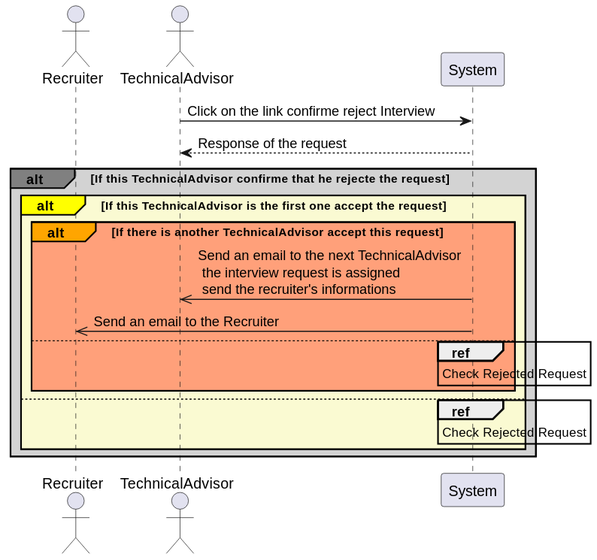
The PlantUML diagram documents/out/3-sequance/6-sequance_diagram_confirme_reject_interview_after_accept/6-sequance_diagram_confirme_reject_interview_after_accept.svg in iBoukhenna/interview-managment-system, before a commit. Source of this version:
```plantuml
@startuml
actor Recruiter
actor TechnicalAdvisor
participant System

TechnicalAdvisor -> System: Click on the link confirme reject Interview
System --> TechnicalAdvisor: Response of the request
alt#Grey #LightGray If this TechnicalAdvisor confirme that he rejecte the request
    alt#Yellow #LightGoldenRodYellow If this TechnicalAdvisor is the first one accept the request
        alt#Orange #LightSalmon If there is another TechnicalAdvisor accept this request
            System ->> TechnicalAdvisor: Send an email to the next TechnicalAdvisor \n the interview request is assigned \n send the recruiter's informations
            System ->> Recruiter: Send an email to the Recruiter
        else #LightSalmon
            ref over System
                Check Rejected Request
            end ref
        end
    else #LightGoldenRodYellow
        ref over System
            Check Rejected Request
        end ref
    end
end

@enduml
```
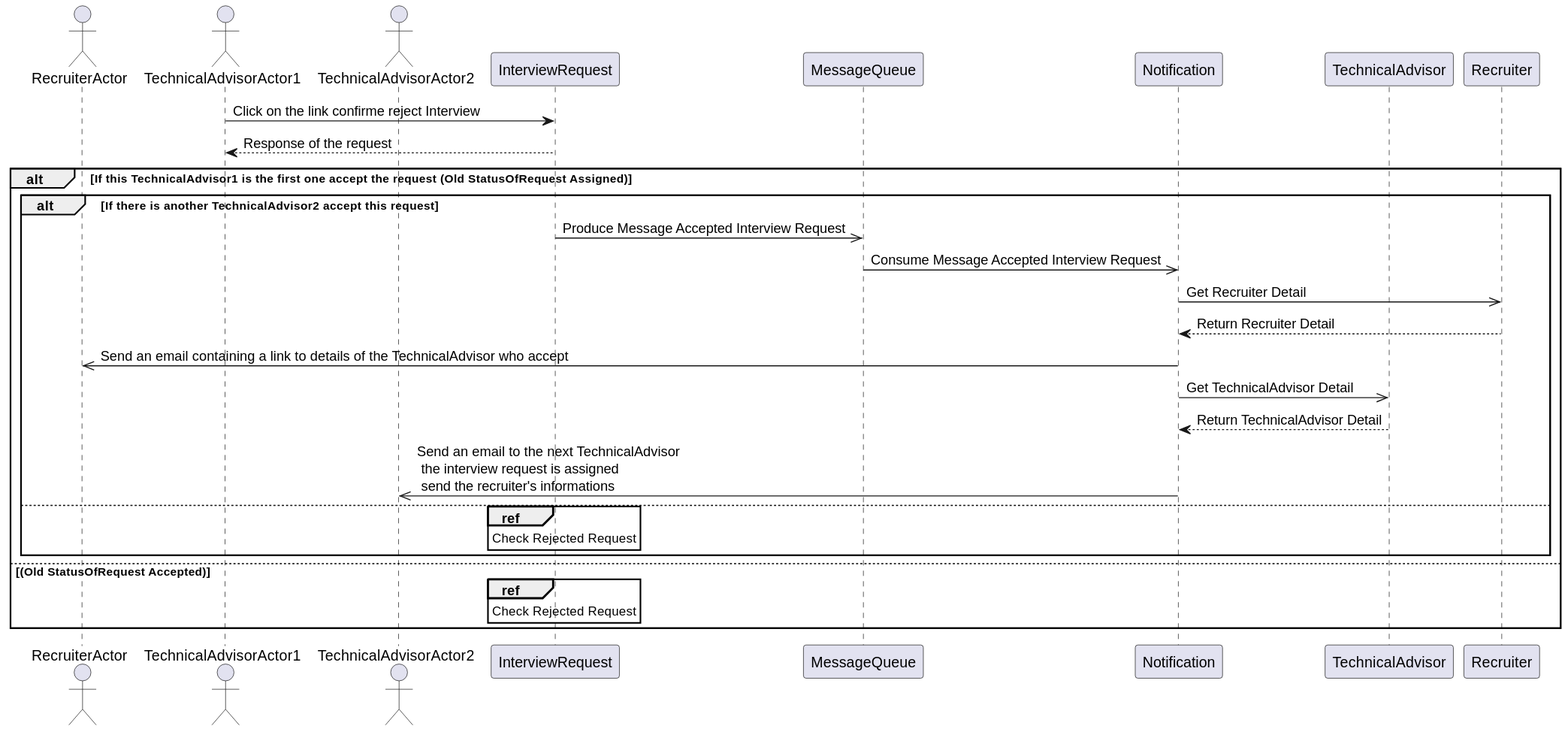
Above is the later version.

What changed in the source:
```diff
@@ -1,25 +1,34 @@
 @startuml
-actor Recruiter
-actor TechnicalAdvisor
-participant System
+actor RecruiterActor
+actor TechnicalAdvisorActor1
+actor TechnicalAdvisorActor2
+participant InterviewRequest
+participant MessageQueue
+participant Notification
+participant TechnicalAdvisor
+participant Recruiter
 
-TechnicalAdvisor -> System: Click on the link confirme reject Interview
-System --> TechnicalAdvisor: Response of the request
-alt#Grey #LightGray If this TechnicalAdvisor confirme that he rejecte the request
-    alt#Yellow #LightGoldenRodYellow If this TechnicalAdvisor is the first one accept the request
-        alt#Orange #LightSalmon If there is another TechnicalAdvisor accept this request
-            System ->> TechnicalAdvisor: Send an email to the next TechnicalAdvisor \n the interview request is assigned \n send the recruiter's informations
-            System ->> Recruiter: Send an email to the Recruiter
-        else #LightSalmon
-            ref over System
-                Check Rejected Request
-            end ref
-        end
-    else #LightGoldenRodYellow
-        ref over System
+TechnicalAdvisorActor1 -> InterviewRequest: Click on the link confirme reject Interview
+InterviewRequest --> TechnicalAdvisorActor1: Response of the request
+alt If this TechnicalAdvisor1 is the first one accept the request (Old StatusOfRequest Assigned)
+    alt If there is another TechnicalAdvisor2 accept this request
+        InterviewRequest ->> MessageQueue: Produce Message Accepted Interview Request
+        Notification <<- MessageQueue: Consume Message Accepted Interview Request
+        Notification ->> Recruiter: Get Recruiter Detail
+        Recruiter --> Notification: Return Recruiter Detail
+        Notification ->> RecruiterActor: Send an email containing a link to details of the TechnicalAdvisor who accept
+        Notification ->> TechnicalAdvisor: Get TechnicalAdvisor Detail
+        TechnicalAdvisor --> Notification: Return TechnicalAdvisor Detail
+        Notification ->> TechnicalAdvisorActor2: Send an email to the next TechnicalAdvisor \n the interview request is assigned \n send the recruiter's informations
+    else
+        ref over InterviewRequest
             Check Rejected Request
         end ref
     end
+else (Old StatusOfRequest Accepted)
+    ref over InterviewRequest
+        Check Rejected Request
+    end ref
 end
 
 @enduml
```
